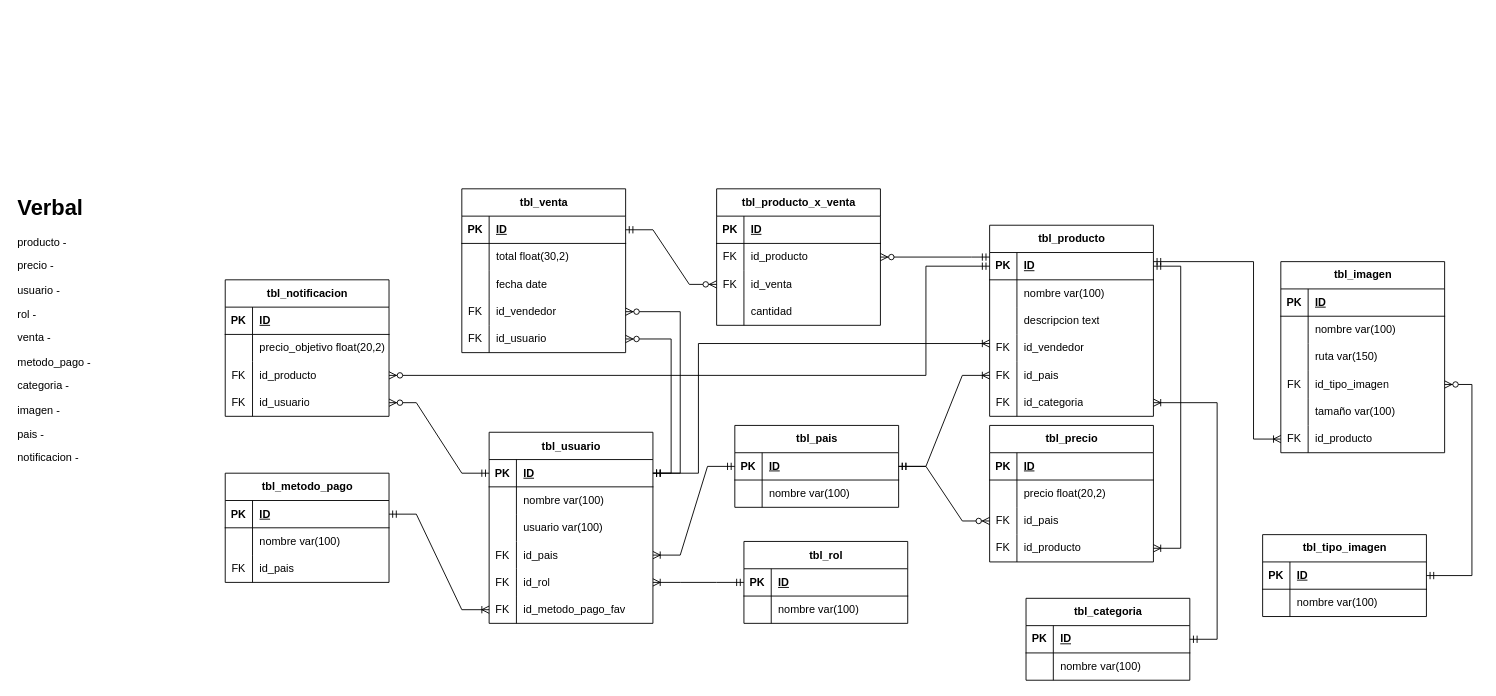
Before: e-shop cuentas & videojuegos.drawio in jorge-ruizf/jshop, a draw.io diagram. Source tidied: cells renumbered, new cells numbered last; positions are measured from the earlier drawing's top-left corner, leaving out a move shared by most shapes. Both pictures are drawn from the tidied source at 91%, with x=0, y=0 at pixel (15, 188).
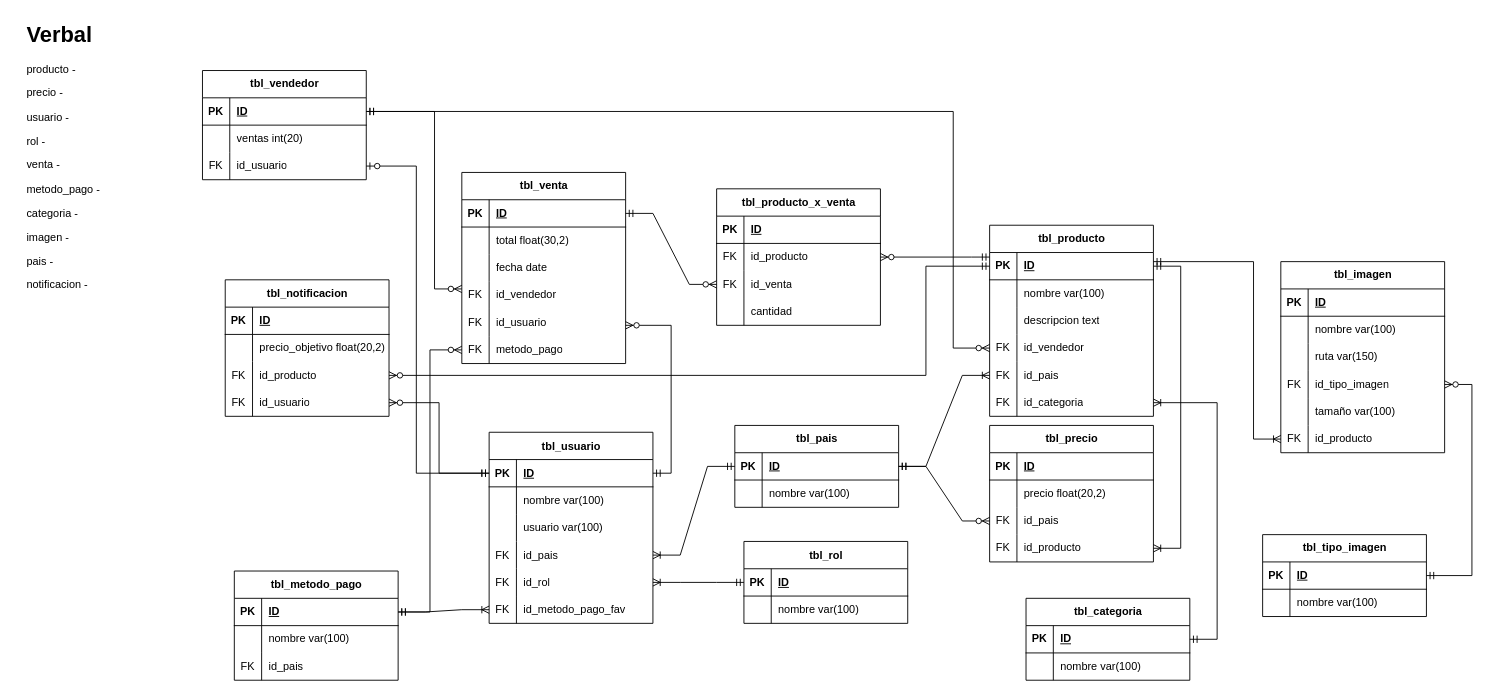
After the change.

Unchanged cells that the change refers to:
```xml
<mxCell id="12" style="shape=tableRow;horizontal=0;startSize=0;swimlaneHead=0;swimlaneBody=0;fillColor=none;points=[[0,0.5],[1,0.5]];portConstraint=eastwest;top=0;left=0;right=0;bottom=0;" parent="2" vertex="1">
  <mxGeometry y="120" width="180" height="30" as="geometry" />
</mxCell>
<mxCell id="30" style="shape=tableRow;horizontal=0;startSize=0;swimlaneHead=0;swimlaneBody=0;fillColor=none;points=[[0,0.5],[1,0.5]];portConstraint=eastwest;top=0;left=0;right=0;bottom=1;" parent="29" vertex="1">
  <mxGeometry y="30" width="180" height="30" as="geometry" />
</mxCell>
<mxCell id="75" style="shape=tableRow;horizontal=0;startSize=0;swimlaneHead=0;swimlaneBody=0;fillColor=none;points=[[0,0.5],[1,0.5]];portConstraint=eastwest;top=0;left=0;right=0;bottom=0;" parent="65" vertex="1">
  <mxGeometry y="120" width="180" height="30" as="geometry" />
</mxCell>
<mxCell id="78" style="shape=tableRow;horizontal=0;startSize=0;swimlaneHead=0;swimlaneBody=0;fillColor=none;points=[[0,0.5],[1,0.5]];portConstraint=eastwest;top=0;left=0;right=0;bottom=0;" parent="65" vertex="1">
  <mxGeometry y="150" width="180" height="30" as="geometry" />
</mxCell>
<mxCell id="95" style="shape=tableRow;horizontal=0;startSize=0;swimlaneHead=0;swimlaneBody=0;fillColor=none;points=[[0,0.5],[1,0.5]];portConstraint=eastwest;top=0;left=0;right=0;bottom=1;" parent="94" vertex="1">
  <mxGeometry y="30" width="180" height="30" as="geometry" />
</mxCell>
<mxCell id="137" style="shape=tableRow;horizontal=0;startSize=0;swimlaneHead=0;swimlaneBody=0;fillColor=none;points=[[0,0.5],[1,0.5]];portConstraint=eastwest;top=0;left=0;right=0;bottom=0;" parent="127" vertex="1">
  <mxGeometry y="120" width="180" height="30" as="geometry" />
</mxCell>
```

Diff of the diagram source:
```diff
@@
     <mxCell id="21" value="&lt;h1 style=&quot;margin-top: 0px;&quot;&gt;Verbal&lt;/h1&gt;&lt;p&gt;producto -&lt;/p&gt;&lt;p&gt;precio -&lt;/p&gt;&lt;p&gt;usuario -&lt;/p&gt;&lt;p&gt;rol -&lt;/p&gt;&lt;p&gt;venta -&lt;/p&gt;&lt;p&gt;metodo_pago -&lt;/p&gt;&lt;p&gt;categoria -&lt;/p&gt;&lt;p&gt;imagen -&lt;/p&gt;&lt;p&gt;pais -&lt;/p&gt;&lt;p&gt;notificacion -&lt;/p&gt;&lt;p&gt;&lt;br&gt;&lt;/p&gt;" style="text;html=1;whiteSpace=wrap;overflow=hidden;rounded=0;" parent="1" vertex="1">
-      <mxGeometry width="180" height="320" as="geometry" />
+      <mxGeometry x="10" y="-190" width="180" height="320" as="geometry" />
     </mxCell>
@@
     <mxCell id="29" value="tbl_metodo_pago" style="shape=table;startSize=30;childLayout=tableLayout;rowLines=0;fontStyle=1;align=center;html=1;" parent="1" vertex="1">
-      <mxGeometry x="230" y="312.5" width="180" height="120" as="geometry" />
+      <mxGeometry x="240" y="420" width="180" height="120" as="geometry" />
     </mxCell>
@@
     <mxCell id="65" value="tbl_venta" style="shape=table;startSize=30;childLayout=tableLayout;rowLines=0;fontStyle=1;align=center;html=1;" parent="1" vertex="1">
-      <mxGeometry x="490" width="180" height="180" as="geometry" />
+      <mxGeometry x="490" y="-18" width="180" height="210" as="geometry" />
     </mxCell>
@@
+    <mxCell id="169" style="shape=tableRow;horizontal=0;startSize=0;swimlaneHead=0;swimlaneBody=0;fillColor=none;points=[[0,0.5],[1,0.5]];portConstraint=eastwest;top=0;left=0;right=0;bottom=0;" parent="65" vertex="1">
+      <mxGeometry y="180" width="180" height="30" as="geometry" />
+    </mxCell>
+    <mxCell id="170" value="FK" style="shape=partialRectangle;fillColor=none;top=0;left=0;bottom=0;right=0;overflow=hidden;whiteSpace=wrap;html=1;" parent="169" vertex="1">
+      <mxGeometry width="30" height="30" as="geometry" />
+    </mxCell>
+    <mxCell id="171" value="metodo_pago" style="shape=partialRectangle;fillColor=none;top=0;left=0;bottom=0;right=0;align=left;spacingLeft=6;overflow=hidden;whiteSpace=wrap;html=1;" parent="169" vertex="1">
+      <mxGeometry x="30" width="150" height="30" as="geometry" />
+    </mxCell>
@@
-    <mxCell id="159" style="edgeStyle=entityRelationEdgeStyle;fontSize=12;html=1;endArrow=ERzeroToMany;startArrow=ERmandOne;rounded=0;entryX=1;entryY=0.5;entryDx=0;entryDy=0;" parent="1" edge="1" source="95" target="137">
+    <mxCell id="159" style="edgeStyle=orthogonalEdgeStyle;fontSize=12;html=1;endArrow=ERzeroToMany;startArrow=ERmandOne;rounded=0;entryX=1;entryY=0.5;entryDx=0;entryDy=0;" parent="1" edge="1" source="95" target="137">
       <mxGeometry relative="1" as="geometry" />
     </mxCell>
@@
     <mxCell id="163" style="edgeStyle=orthogonalEdgeStyle;fontSize=12;html=1;endArrow=ERzeroToMany;startArrow=ERmandOne;rounded=0;" parent="1" edge="1" source="95" target="78">
       <mxGeometry relative="1" as="geometry">
         <Array as="points">
-          <mxPoint x="720" y="312" />
-          <mxPoint x="720" y="165" />
+          <mxPoint x="720" y="313" />
+          <mxPoint x="720" y="150" />
         </Array>
       </mxGeometry>
     </mxCell>
-    <mxCell id="164" style="edgeStyle=entityRelationEdgeStyle;fontSize=12;html=1;endArrow=ERzeroToMany;startArrow=ERmandOne;rounded=0;" parent="1" edge="1" source="95" target="75">
-      <mxGeometry relative="1" as="geometry" />
+    <mxCell id="164" style="edgeStyle=orthogonalEdgeStyle;fontSize=12;html=1;endArrow=ERzeroToMany;startArrow=ERmandOne;rounded=0;" parent="1" edge="1" source="173" target="75">
+      <mxGeometry relative="1" as="geometry">
+        <Array as="points">
+          <mxPoint x="460" y="-85" />
+          <mxPoint x="460" y="110" />
+        </Array>
+      </mxGeometry>
     </mxCell>
-    <mxCell id="165" style="edgeStyle=orthogonalEdgeStyle;fontSize=12;html=1;endArrow=ERoneToMany;startArrow=ERmandOne;rounded=0;" parent="1" edge="1" source="95" target="12">
-      <mxGeometry relative="1" as="geometry">
-        <Array as="points">
-          <mxPoint x="750" y="313" />
-          <mxPoint x="750" y="170" />
-        </Array>
-      </mxGeometry>
-    </mxCell>
@@
+    <mxCell id="172" value="tbl_vendedor" style="shape=table;startSize=30;childLayout=tableLayout;rowLines=0;fontStyle=1;align=center;html=1;" parent="1" vertex="1">
+      <mxGeometry x="205" y="-130" width="180" height="120" as="geometry" />
+    </mxCell>
+    <mxCell id="173" style="shape=tableRow;horizontal=0;startSize=0;swimlaneHead=0;swimlaneBody=0;fillColor=none;points=[[0,0.5],[1,0.5]];portConstraint=eastwest;top=0;left=0;right=0;bottom=1;" parent="172" vertex="1">
+      <mxGeometry y="30" width="180" height="30" as="geometry" />
+    </mxCell>
+    <mxCell id="174" value="PK" style="shape=partialRectangle;fillColor=none;top=0;left=0;bottom=0;right=0;fontStyle=1;overflow=hidden;whiteSpace=wrap;html=1;" parent="173" vertex="1">
+      <mxGeometry width="30" height="30" as="geometry" />
+    </mxCell>
+    <mxCell id="175" value="ID" style="shape=partialRectangle;fillColor=none;top=0;left=0;bottom=0;right=0;align=left;spacingLeft=6;fontStyle=5;overflow=hidden;whiteSpace=wrap;html=1;" parent="173" vertex="1">
+      <mxGeometry x="30" width="150" height="30" as="geometry" />
+    </mxCell>
+    <mxCell id="176" style="shape=tableRow;horizontal=0;startSize=0;swimlaneHead=0;swimlaneBody=0;fillColor=none;top=0;left=0;right=0;bottom=0;" parent="172" vertex="1">
+      <mxGeometry y="60" width="180" height="30" as="geometry" />
+    </mxCell>
+    <mxCell id="177" style="shape=partialRectangle;fillColor=none;top=0;left=0;bottom=0;right=0;overflow=hidden;whiteSpace=wrap;html=1;" parent="176" vertex="1">
+      <mxGeometry width="30" height="30" as="geometry" />
+    </mxCell>
+    <mxCell id="178" value="ventas int(20)" style="shape=partialRectangle;fillColor=none;top=0;left=0;bottom=0;right=0;align=left;spacingLeft=6;overflow=hidden;whiteSpace=wrap;html=1;" parent="176" vertex="1">
+      <mxGeometry x="30" width="150" height="30" as="geometry" />
+    </mxCell>
+    <mxCell id="179" style="shape=tableRow;horizontal=0;startSize=0;swimlaneHead=0;swimlaneBody=0;fillColor=none;points=[[0,0.5],[1,0.5]];portConstraint=eastwest;top=0;left=0;right=0;bottom=0;" parent="172" vertex="1">
+      <mxGeometry y="90" width="180" height="30" as="geometry" />
+    </mxCell>
+    <mxCell id="180" value="FK" style="shape=partialRectangle;fillColor=none;top=0;left=0;bottom=0;right=0;overflow=hidden;whiteSpace=wrap;html=1;" parent="179" vertex="1">
+      <mxGeometry width="30" height="30" as="geometry" />
+    </mxCell>
+    <mxCell id="181" value="id_usuario" style="shape=partialRectangle;fillColor=none;top=0;left=0;bottom=0;right=0;align=left;spacingLeft=6;overflow=hidden;whiteSpace=wrap;html=1;" parent="179" vertex="1">
+      <mxGeometry x="30" width="150" height="30" as="geometry" />
+    </mxCell>
+    <mxCell id="182" style="edgeStyle=orthogonalEdgeStyle;fontSize=12;html=1;endArrow=ERzeroToOne;startArrow=ERmandOne;rounded=0;" parent="1" edge="1" source="95" target="179">
+      <mxGeometry relative="1" as="geometry">
+        <Array as="points">
+          <mxPoint x="440" y="313" />
+          <mxPoint x="440" y="-25" />
+        </Array>
+      </mxGeometry>
+    </mxCell>
+    <mxCell id="183" style="edgeStyle=orthogonalEdgeStyle;fontSize=12;html=1;endArrow=ERzeroToMany;startArrow=ERmandOne;rounded=0;" parent="1" edge="1" source="173" target="12">
+      <mxGeometry relative="1" as="geometry">
+        <Array as="points">
+          <mxPoint x="1030" y="-85" />
+          <mxPoint x="1030" y="175" />
+        </Array>
+      </mxGeometry>
+    </mxCell>
+    <mxCell id="184" style="edgeStyle=orthogonalEdgeStyle;fontSize=12;html=1;endArrow=ERzeroToMany;startArrow=ERmandOne;rounded=0;" parent="1" edge="1" source="30" target="169">
+      <mxGeometry relative="1" as="geometry" />
+    </mxCell>
```
